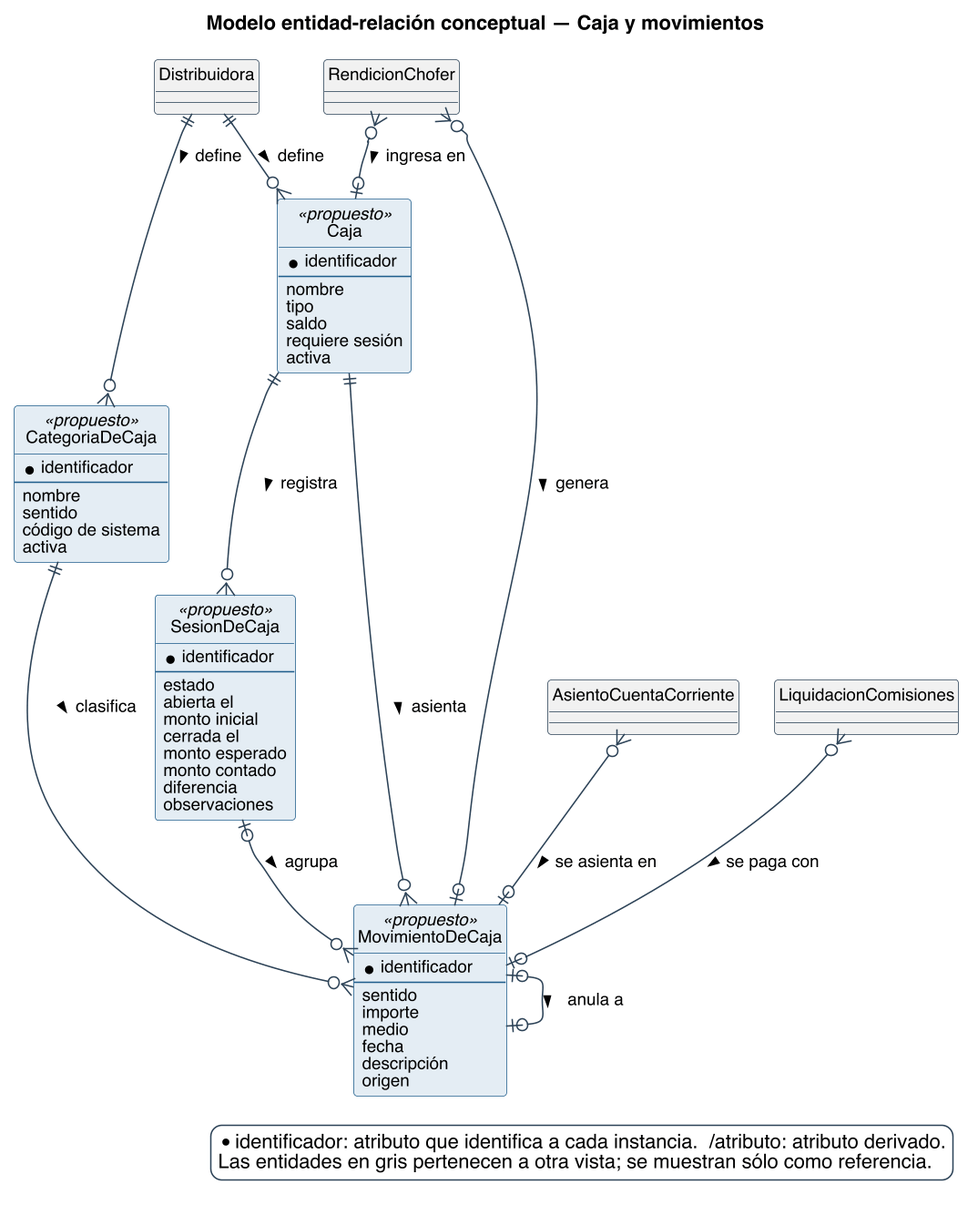
Nahuelito-Dev/splg-docs keeps this PlantUML diagram as diagramas/base-de-datos/conceptual/SPLG-der-12-caja-y-movimientos.png. Above is the earlier version.
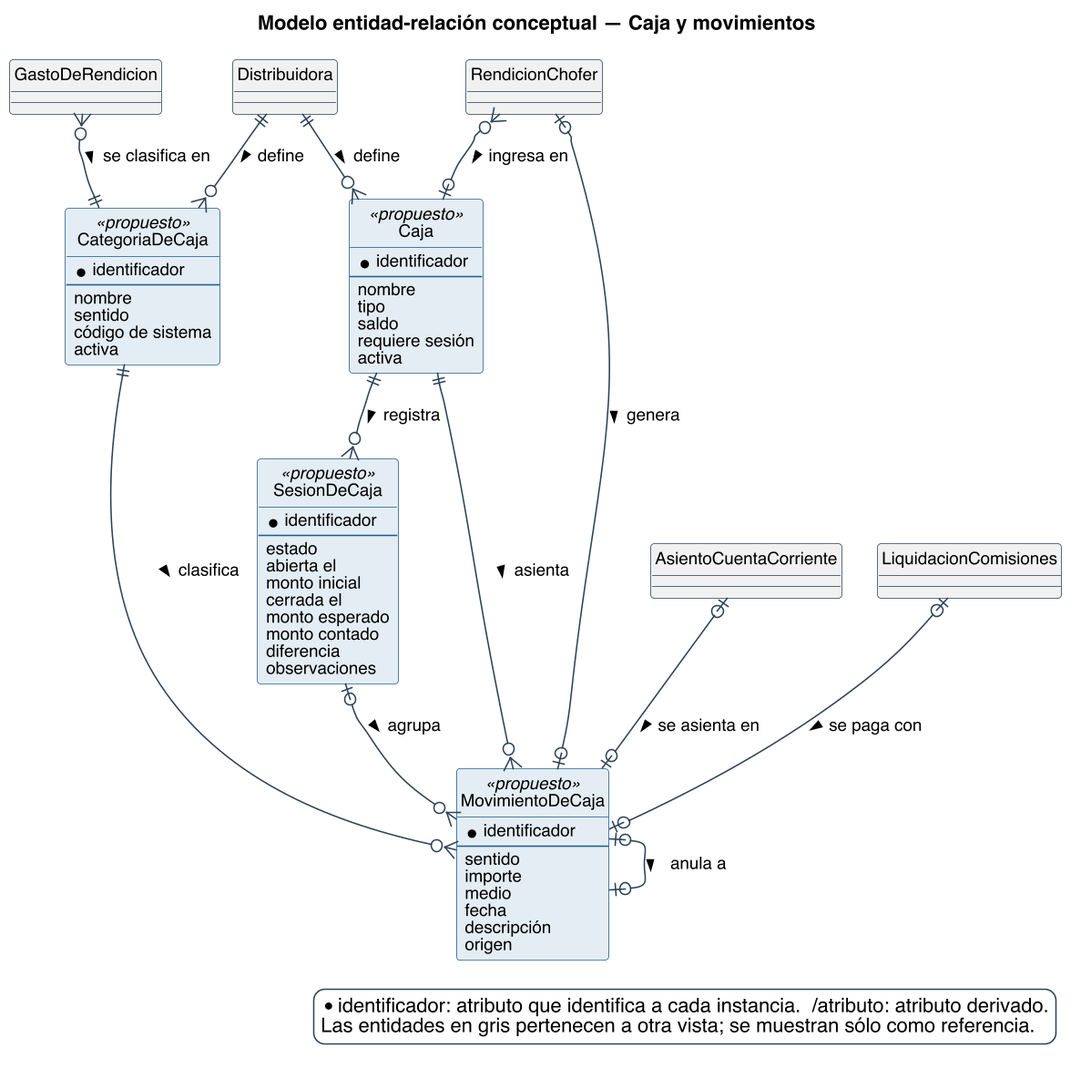
After the commit.

Diff of the diagram source:
```diff
@@ -79,6 +79,8 @@
 }
 entity LiquidacionComisiones #F1F1F1 {
 }
+entity GastoDeRendicion #F1F1F1 {
+}
 
 Distribuidora ||--o{ Caja : define >
 Distribuidora ||--o{ CategoriaDeCaja : define >
@@ -87,10 +89,11 @@
 SesionDeCaja |o--o{ MovimientoDeCaja : agrupa >
 CategoriaDeCaja ||--o{ MovimientoDeCaja : clasifica >
 MovimientoDeCaja |o--o| MovimientoDeCaja : anula a >
-LiquidacionComisiones }o--o| MovimientoDeCaja : se paga con >
+LiquidacionComisiones |o--o| MovimientoDeCaja : se paga con >
 RendicionChofer }o--o| Caja : ingresa en >
-RendicionChofer }o--o| MovimientoDeCaja : genera >
-AsientoCuentaCorriente }o--o| MovimientoDeCaja : se asienta en >
+RendicionChofer |o--o| MovimientoDeCaja : genera >
+AsientoCuentaCorriente |o--o| MovimientoDeCaja : se asienta en >
+GastoDeRendicion }o--|| CategoriaDeCaja : se clasifica en >
 
 legend bottom right
   * identificador: atributo que identifica a cada instancia.  /atributo: atributo derivado.
```
